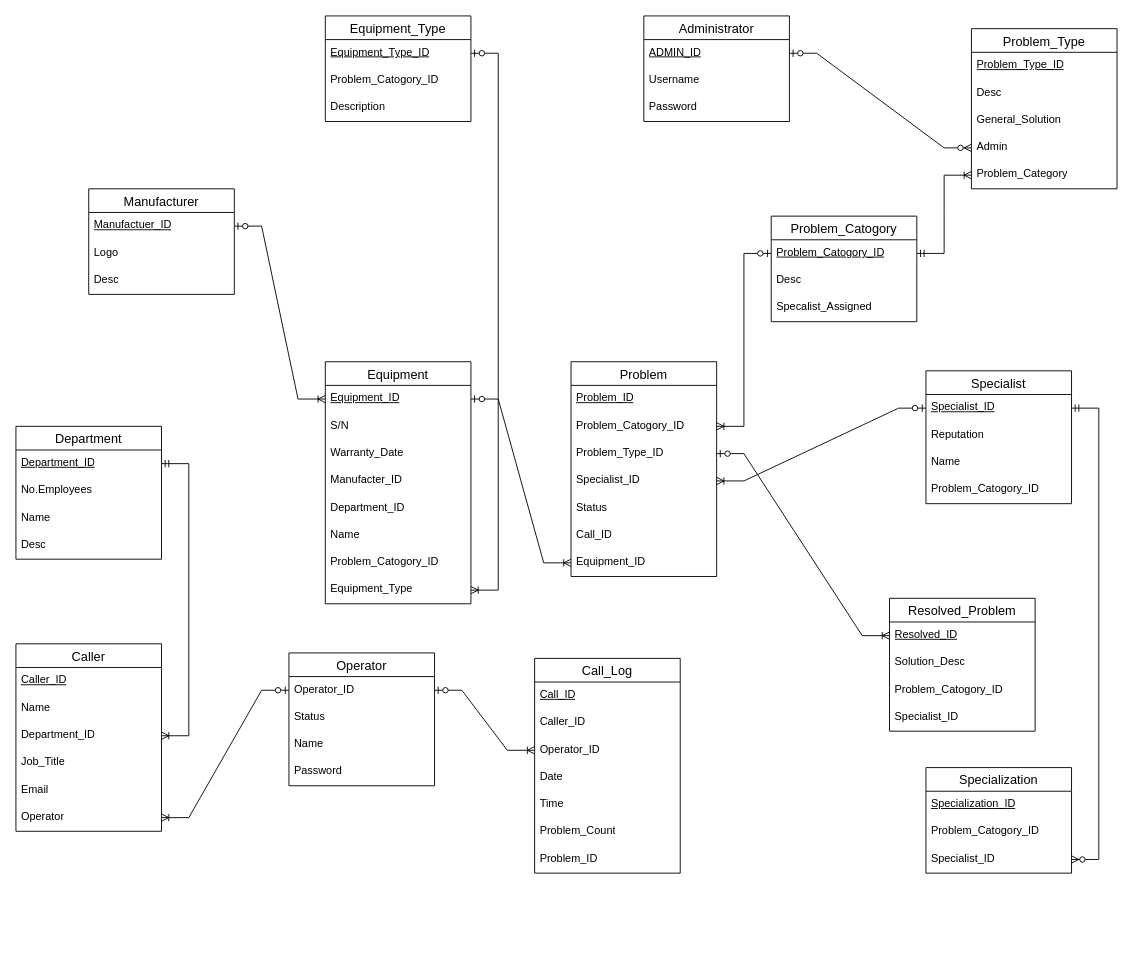
Before: EX2.drawio in rpviana/Diagramas, a draw.io diagram. Source tidied: cells renumbered, new cells numbered last; positions are measured from the earlier drawing's top-left corner, leaving out a move shared by most shapes. Both pictures are drawn from the tidied source at 91%, with x=0, y=0 at pixel (15, 15).
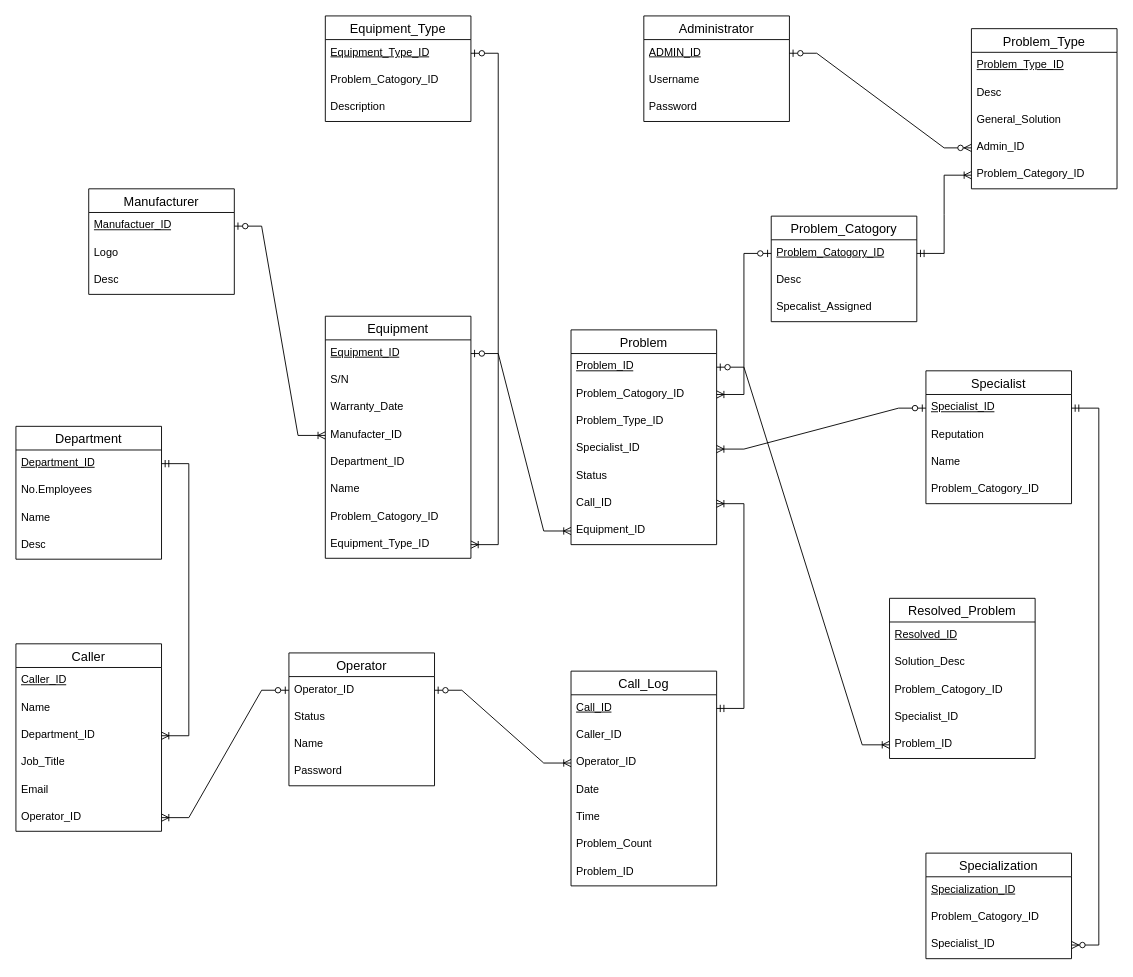
After the change.

The change refers to these unchanged cells:
```xml
<mxCell id="7" value="Manufactuer_ID" style="text;strokeColor=none;fillColor=none;spacingLeft=4;spacingRight=4;overflow=hidden;points=[[0,0.5],[1,0.5]];portConstraint=eastwest;fontSize=12;whiteSpace=wrap;html=1;fontStyle=4;" parent="6" vertex="1">
  <mxGeometry y="26" width="160" height="30" as="geometry" />
</mxCell>
<mxCell id="16" value="Equipment_ID" style="text;strokeColor=none;fillColor=none;spacingLeft=4;spacingRight=4;overflow=hidden;points=[[0,0.5],[1,0.5]];portConstraint=eastwest;fontSize=12;whiteSpace=wrap;html=1;fontStyle=4;" parent="15" vertex="1">
  <mxGeometry y="26" width="160" height="30" as="geometry" />
</mxCell>
<mxCell id="19" value="Manufacter_ID" style="text;strokeColor=none;fillColor=none;spacingLeft=4;spacingRight=4;overflow=hidden;points=[[0,0.5],[1,0.5]];portConstraint=eastwest;fontSize=12;whiteSpace=wrap;html=1;" parent="15" vertex="1">
  <mxGeometry y="116" width="160" height="30" as="geometry" />
</mxCell>
<mxCell id="30" value="Call_ID" style="text;strokeColor=none;fillColor=none;spacingLeft=4;spacingRight=4;overflow=hidden;points=[[0,0.5],[1,0.5]];portConstraint=eastwest;fontSize=12;whiteSpace=wrap;html=1;fontStyle=4;" parent="29" vertex="1">
  <mxGeometry y="26" width="160" height="30" as="geometry" />
</mxCell>
<mxCell id="38" value="Resolved_ID" style="text;strokeColor=none;fillColor=none;spacingLeft=4;spacingRight=4;overflow=hidden;points=[[0,0.5],[1,0.5]];portConstraint=eastwest;fontSize=12;whiteSpace=wrap;html=1;fontStyle=4;" parent="37" vertex="1">
  <mxGeometry y="26" width="160" height="30" as="geometry" />
</mxCell>
<mxCell id="51" value="Problem_Type" style="swimlane;fontStyle=0;horizontal=1;startSize=26;align=center;fontSize=14;" parent="1" vertex="1">
  <mxGeometry x="1050" y="14" width="160" height="176" as="geometry" />
</mxCell>
<mxCell id="66" value="Problem_ID" style="text;strokeColor=none;fillColor=none;spacingLeft=4;spacingRight=4;overflow=hidden;points=[[0,0.5],[1,0.5]];portConstraint=eastwest;fontSize=12;whiteSpace=wrap;html=1;fontStyle=4;" parent="65" vertex="1">
  <mxGeometry y="26" width="160" height="30" as="geometry" />
</mxCell>
<mxCell id="68" value="Problem_Type_ID" style="text;strokeColor=none;fillColor=none;spacingLeft=4;spacingRight=4;overflow=hidden;points=[[0,0.5],[1,0.5]];portConstraint=eastwest;fontSize=12;whiteSpace=wrap;html=1;" parent="65" vertex="1">
  <mxGeometry y="86" width="160" height="30" as="geometry" />
</mxCell>
<mxCell id="71" value="Call_ID" style="text;strokeColor=none;fillColor=none;spacingLeft=4;spacingRight=4;overflow=hidden;points=[[0,0.5],[1,0.5]];portConstraint=eastwest;fontSize=12;whiteSpace=wrap;html=1;" parent="65" vertex="1">
  <mxGeometry y="176" width="160" height="30" as="geometry" />
</mxCell>
<mxCell id="73" value="Caller" style="swimlane;fontStyle=0;horizontal=1;startSize=26;align=center;fontSize=14;" parent="1" vertex="1">
  <mxGeometry y="690" width="160" height="206" as="geometry" />
</mxCell>
```

Diff of the diagram source:
```diff
@@
     <mxCell id="15" value="Equipment" style="swimlane;fontStyle=0;horizontal=1;startSize=26;align=center;fontSize=14;" parent="1" vertex="1">
-      <mxGeometry x="340" y="380" width="160" height="266" as="geometry" />
+      <mxGeometry x="340" y="330" width="160" height="266" as="geometry" />
     </mxCell>
@@
-    <mxCell id="23" value="Equipment_Type" style="text;strokeColor=none;fillColor=none;spacingLeft=4;spacingRight=4;overflow=hidden;points=[[0,0.5],[1,0.5]];portConstraint=eastwest;fontSize=12;whiteSpace=wrap;html=1;" parent="15" vertex="1">
+    <mxCell id="23" value="Equipment_Type_ID" style="text;strokeColor=none;fillColor=none;spacingLeft=4;spacingRight=4;overflow=hidden;points=[[0,0.5],[1,0.5]];portConstraint=eastwest;fontSize=12;whiteSpace=wrap;html=1;" parent="15" vertex="1">
       <mxGeometry y="236" width="160" height="30" as="geometry" />
     </mxCell>
@@
     <mxCell id="29" value="Call_Log" style="swimlane;fontStyle=0;horizontal=1;startSize=26;align=center;fontSize=14;" parent="1" vertex="1">
-      <mxGeometry x="570" y="706" width="160" height="236" as="geometry" />
+      <mxGeometry x="610" y="720" width="160" height="236" as="geometry" />
     </mxCell>
@@
     <mxCell id="37" value="Resolved_Problem" style="swimlane;fontStyle=0;horizontal=1;startSize=26;align=center;fontSize=14;" parent="1" vertex="1">
-      <mxGeometry x="960" y="640" width="160" height="146" as="geometry" />
+      <mxGeometry x="960" y="640" width="160" height="176" as="geometry" />
     </mxCell>
@@
+    <mxCell id="92" value="Problem_ID" style="text;strokeColor=none;fillColor=none;spacingLeft=4;spacingRight=4;overflow=hidden;points=[[0,0.5],[1,0.5]];portConstraint=eastwest;fontSize=12;whiteSpace=wrap;html=1;" parent="37" vertex="1">
+      <mxGeometry y="146" width="160" height="30" as="geometry" />
+    </mxCell>
     <mxCell id="42" value="Specialization" style="swimlane;fontStyle=0;horizontal=1;startSize=26;align=center;fontSize=14;" parent="1" vertex="1">
-      <mxGeometry x="1000" y="826" width="160" height="116" as="geometry" />
+      <mxGeometry x="1000" y="920" width="160" height="116" as="geometry" />
     </mxCell>
@@
-    <mxCell id="55" value="Admin" style="text;strokeColor=none;fillColor=none;spacingLeft=4;spacingRight=4;overflow=hidden;points=[[0,0.5],[1,0.5]];portConstraint=eastwest;fontSize=12;whiteSpace=wrap;html=1;" parent="51" vertex="1">
+    <mxCell id="55" value="Admin_ID" style="text;strokeColor=none;fillColor=none;spacingLeft=4;spacingRight=4;overflow=hidden;points=[[0,0.5],[1,0.5]];portConstraint=eastwest;fontSize=12;whiteSpace=wrap;html=1;" parent="51" vertex="1">
       <mxGeometry y="116" width="160" height="30" as="geometry" />
     </mxCell>
-    <mxCell id="56" value="Problem_Category" style="text;strokeColor=none;fillColor=none;spacingLeft=4;spacingRight=4;overflow=hidden;points=[[0,0.5],[1,0.5]];portConstraint=eastwest;fontSize=12;whiteSpace=wrap;html=1;" parent="51" vertex="1">
+    <mxCell id="56" value="Problem_Category_ID" style="text;strokeColor=none;fillColor=none;spacingLeft=4;spacingRight=4;overflow=hidden;points=[[0,0.5],[1,0.5]];portConstraint=eastwest;fontSize=12;whiteSpace=wrap;html=1;" parent="51" vertex="1">
       <mxGeometry y="146" width="160" height="30" as="geometry" />
     </mxCell>
@@
     <mxCell id="65" value="Problem" style="swimlane;fontStyle=0;horizontal=1;startSize=26;align=center;fontSize=14;" parent="1" vertex="1">
-      <mxGeometry x="610" y="380" width="160" height="236" as="geometry" />
+      <mxGeometry x="610" y="345" width="160" height="236" as="geometry" />
     </mxCell>
@@
-    <mxCell id="79" value="Operator" style="text;strokeColor=none;fillColor=none;spacingLeft=4;spacingRight=4;overflow=hidden;points=[[0,0.5],[1,0.5]];portConstraint=eastwest;fontSize=12;whiteSpace=wrap;html=1;" parent="73" vertex="1">
+    <mxCell id="79" value="Operator_ID" style="text;strokeColor=none;fillColor=none;spacingLeft=4;spacingRight=4;overflow=hidden;points=[[0,0.5],[1,0.5]];portConstraint=eastwest;fontSize=12;whiteSpace=wrap;html=1;" parent="73" vertex="1">
       <mxGeometry y="176" width="160" height="30" as="geometry" />
     </mxCell>
-    <mxCell id="80" style="edgeStyle=entityRelationEdgeStyle;fontSize=12;html=1;endArrow=ERoneToMany;startArrow=ERzeroToOne;rounded=0;entryX=0;entryY=0.5;entryDx=0;entryDy=0;exitX=1;exitY=0.5;exitDx=0;exitDy=0;" parent="1" edge="1" source="7" target="16">
+    <mxCell id="80" style="edgeStyle=entityRelationEdgeStyle;fontSize=12;html=1;endArrow=ERoneToMany;startArrow=ERzeroToOne;rounded=0;entryX=0;entryY=0.5;entryDx=0;entryDy=0;exitX=1;exitY=0.5;exitDx=0;exitDy=0;" parent="1" edge="1" source="7" target="19">
       <mxGeometry relative="1" as="geometry" />
     </mxCell>
@@
-    <mxCell id="90" style="edgeStyle=entityRelationEdgeStyle;fontSize=12;html=1;endArrow=ERoneToMany;startArrow=ERzeroToOne;rounded=0;entryX=0;entryY=0.5;entryDx=0;entryDy=0;exitX=1;exitY=0.5;exitDx=0;exitDy=0;" parent="1" edge="1" source="68" target="38">
+    <mxCell id="90" style="edgeStyle=entityRelationEdgeStyle;fontSize=12;html=1;endArrow=ERoneToMany;startArrow=ERzeroToOne;rounded=0;exitX=1;exitY=0.5;exitDx=0;exitDy=0;entryX=0;entryY=0.5;entryDx=0;entryDy=0;" parent="1" edge="1" source="66" target="92">
       <mxGeometry relative="1" as="geometry" />
     </mxCell>
@@
+    <mxCell id="93" style="edgeStyle=entityRelationEdgeStyle;fontSize=12;html=1;endArrow=ERoneToMany;startArrow=ERmandOne;rounded=0;entryX=1;entryY=0.5;entryDx=0;entryDy=0;exitX=1;exitY=0.5;exitDx=0;exitDy=0;" parent="1" edge="1" source="30" target="71">
+      <mxGeometry relative="1" as="geometry" />
+    </mxCell>
```
